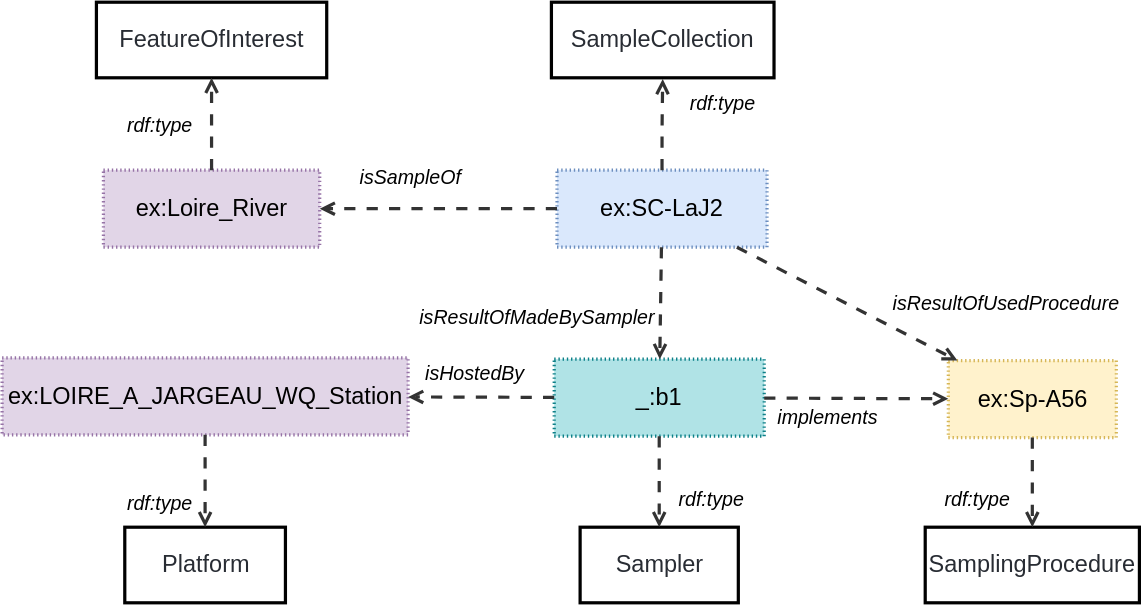
Before: ssn/images/PlannedSampleCollection.svg, a diagram exported from draw.io (w3c/sdw-sosa-ssn). Source tidied: cells renumbered, new cells last; positions are measured from the earlier drawing's top-left corner, leaving out a move shared by most shapes.
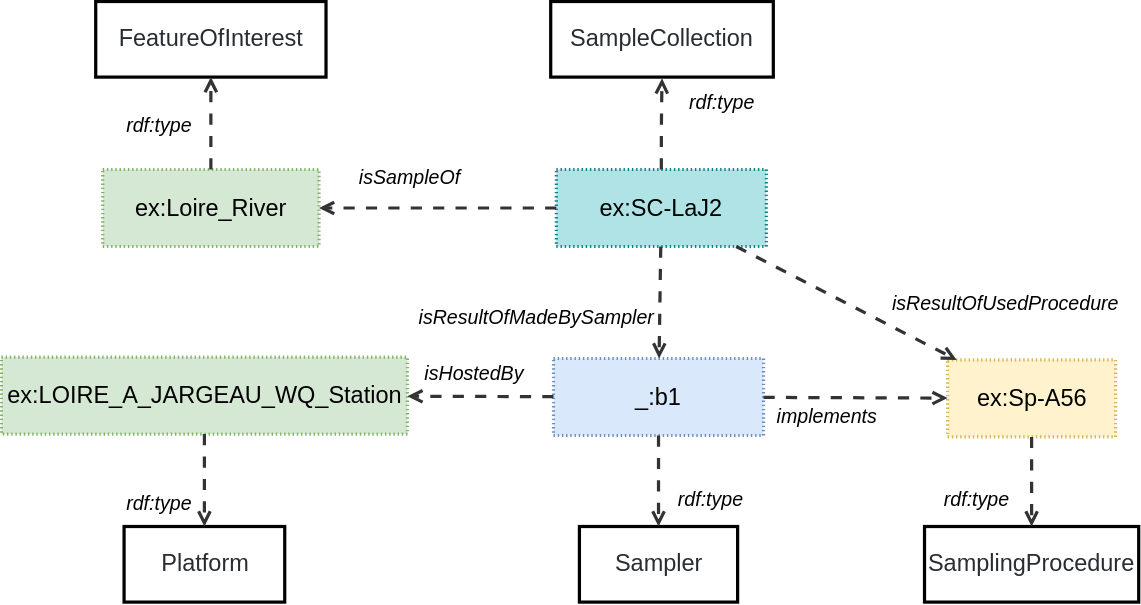
The same diagram one commit later.

The edit, as a diff of the source:
```diff
@@ -2,7 +2,7 @@
   <root>
     <mxCell id="0" />
     <mxCell id="1" parent="0" />
-    <mxCell id="2" value="ex:SC-LaJ2" style="html=1;overflow=block;blockSpacing=1;whiteSpace=wrap;fontSize=16.8;align=center;spacing=0;strokeOpacity=100;fillColor=#dae8fc;dashed=1;fixDash=1;dashPattern=1 2;strokeWidth=2.3;strokeColor=#6c8ebf;" parent="1" vertex="1">
+    <mxCell id="2" value="ex:SC-LaJ2" style="html=1;overflow=block;blockSpacing=1;whiteSpace=wrap;fontSize=16.8;align=center;spacing=0;strokeOpacity=100;fillColor=#b0e3e6;dashed=1;fixDash=1;dashPattern=1 2;strokeWidth=2.3;strokeColor=#0e8088;" parent="1" vertex="1">
       <mxGeometry x="396.4" y="120" width="150" height="55" as="geometry" />
     </mxCell>
     <mxCell id="3" value="SampleCollection" style="html=1;overflow=block;blockSpacing=1;whiteSpace=wrap;fontSize=16.8;fontColor=#282c33;align=center;spacing=0;strokeOpacity=100;fillColor=none;strokeWidth=2.3;" parent="1" vertex="1">
@@ -14,7 +14,7 @@
     <mxCell id="5" value="rdf:type" style="html=1;overflow=block;blockSpacing=1;whiteSpace=wrap;fontSize=14;fontStyle=2;align=center;spacing=0;strokeColor=none;strokeOpacity=100;fillOpacity=100;fillColor=none;strokeWidth=2.3;lucidId=ZyNQdXScJ7d8;" parent="1" vertex="1">
       <mxGeometry x="477.4" y="57" width="75" height="30" as="geometry" />
     </mxCell>
-    <mxCell id="6" value="ex:Loire_River" style="html=1;overflow=block;blockSpacing=1;whiteSpace=wrap;fontSize=16.8;align=center;spacing=0;strokeOpacity=100;fillColor=#e1d5e7;dashed=1;fixDash=1;dashPattern=1 2;strokeWidth=2.3;strokeColor=#9673a6;" parent="1" vertex="1">
+    <mxCell id="6" value="ex:Loire_River" style="html=1;overflow=block;blockSpacing=1;whiteSpace=wrap;fontSize=16.8;align=center;spacing=0;strokeOpacity=100;fillColor=#d5e8d4;dashed=1;fixDash=1;dashPattern=1 2;strokeWidth=2.3;strokeColor=#82b366;" parent="1" vertex="1">
       <mxGeometry x="72.4" y="120" width="154.5" height="55" as="geometry" />
     </mxCell>
     <mxCell id="7" style="html=1;jettySize=18;whiteSpace=wrap;fontSize=13;strokeColor=#333333;strokeOpacity=100;dashed=1;fixDash=1;dashPattern=8 8;strokeWidth=2.3;rounded=0;arcSize=24;startArrow=none;endArrow=open;lucidId=a.MQUB3mGXbf;exitX=0;exitY=0.5;exitDx=0;exitDy=0;" parent="1" edge="1" source="2" target="6">
@@ -32,7 +32,7 @@
     <mxCell id="11" style="html=1;jettySize=18;whiteSpace=wrap;fontSize=13;strokeColor=#333333;strokeOpacity=100;dashed=1;fixDash=1;dashPattern=8 8;strokeWidth=2.3;rounded=0;startArrow=none;endArrow=open;lucidId=XvNQ3zJcAKRb;" parent="1" edge="1" source="6" target="9">
       <mxGeometry relative="1" as="geometry" />
     </mxCell>
-    <mxCell id="12" value="_:b1" style="html=1;overflow=block;blockSpacing=1;whiteSpace=wrap;fontSize=16.8;align=center;spacing=0;strokeOpacity=100;fillColor=#b0e3e6;dashed=1;fixDash=1;dashPattern=1 2;strokeWidth=2.3;strokeColor=#0e8088;" parent="1" vertex="1">
+    <mxCell id="12" value="_:b1" style="html=1;overflow=block;blockSpacing=1;whiteSpace=wrap;fontSize=16.8;align=center;spacing=0;strokeOpacity=100;fillColor=#dae8fc;dashed=1;fixDash=1;dashPattern=1 2;strokeWidth=2.3;strokeColor=#6c8ebf;" parent="1" vertex="1">
       <mxGeometry x="394.4" y="255" width="150" height="55" as="geometry" />
     </mxCell>
     <mxCell id="13" value="Sampler" style="html=1;overflow=block;blockSpacing=1;whiteSpace=wrap;fontSize=16.8;fontColor=#282c33;align=center;spacing=0;strokeOpacity=100;fillColor=none;strokeWidth=2.3;" parent="1" vertex="1">
@@ -50,7 +50,7 @@
     <mxCell id="17" value="isResultOfMadeBySampler" style="html=1;overflow=block;blockSpacing=1;whiteSpace=wrap;fontSize=14;fontStyle=2;align=center;spacing=0;strokeColor=none;strokeOpacity=100;fillOpacity=100;fillColor=none;strokeWidth=2.3;lucidId=a.MQIzYVmevB;" parent="1" vertex="1">
       <mxGeometry x="287.4" y="210" width="190" height="30" as="geometry" />
     </mxCell>
-    <mxCell id="18" value="ex:LOIRE_A_JARGEAU_WQ_Station" style="html=1;overflow=block;blockSpacing=1;whiteSpace=wrap;fontSize=16.8;align=center;spacing=0;strokeOpacity=100;fillColor=#e1d5e7;dashed=1;fixDash=1;dashPattern=1 2;strokeWidth=2.3;strokeColor=#9673a6;" parent="1" vertex="1">
+    <mxCell id="18" value="ex:LOIRE_A_JARGEAU_WQ_Station" style="html=1;overflow=block;blockSpacing=1;whiteSpace=wrap;fontSize=16.8;align=center;spacing=0;strokeOpacity=100;fillColor=#d5e8d4;dashed=1;fixDash=1;dashPattern=1 2;strokeWidth=2.3;strokeColor=#82b366;" parent="1" vertex="1">
       <mxGeometry y="254" width="290" height="55" as="geometry" />
     </mxCell>
     <mxCell id="19" value="Platform" style="html=1;overflow=block;blockSpacing=1;whiteSpace=wrap;fontSize=16.8;fontColor=#282c33;align=center;spacing=0;strokeOpacity=100;fillColor=none;strokeWidth=2.3;" parent="1" vertex="1">
```
